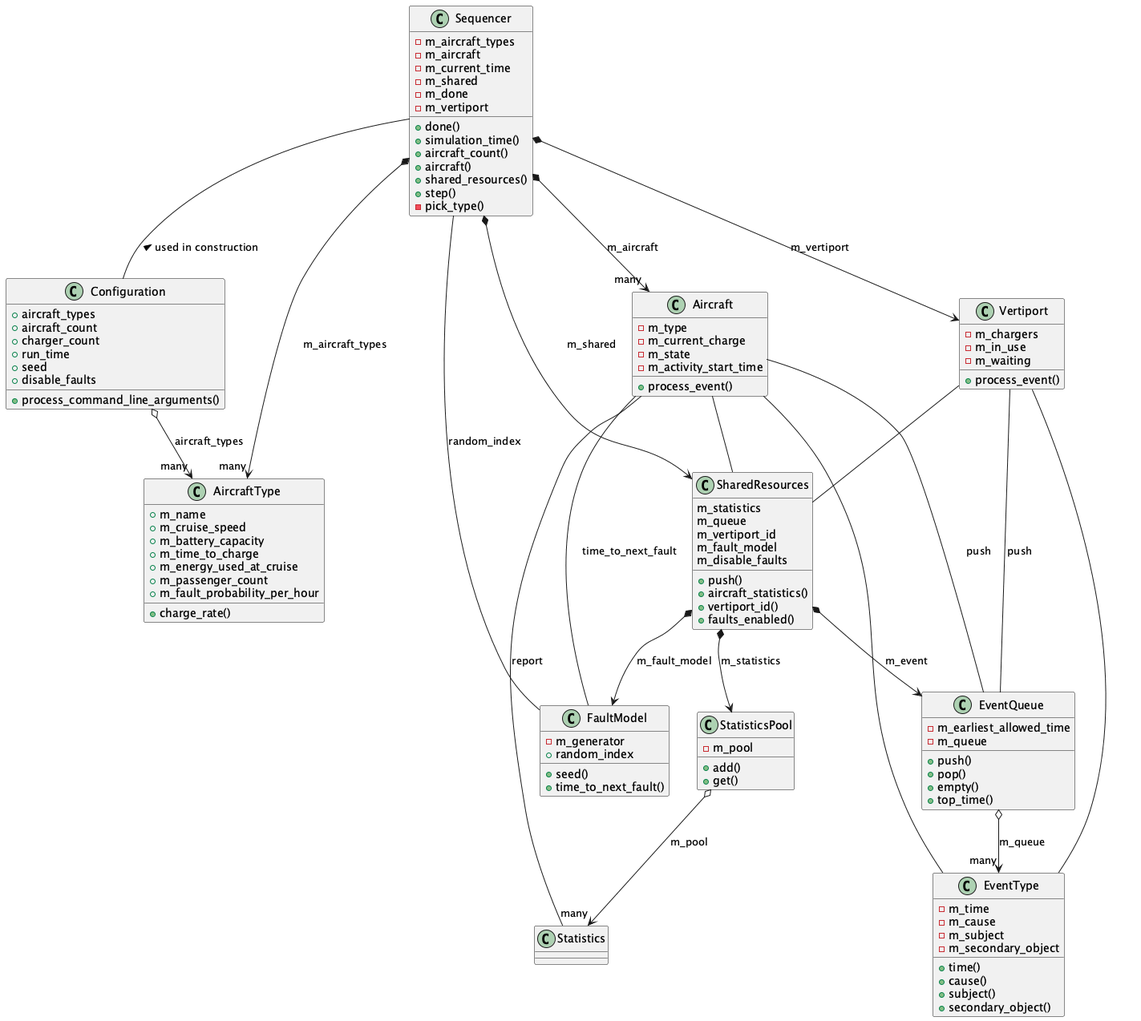
Above: doc_inc/simulation_classes.png in davidkristola/ta20260314 (PlantUML), before the change. Source of this version:
```plantuml
@startuml{simulation_classes.png}

SharedResources *--> StatisticsPool : m_statistics
SharedResources *--> EventQueue : m_event
SharedResources *--> FaultModel : m_fault_model

StatisticsPool o--> "many" Statistics : m_pool

EventQueue o--> "many" EventType : m_queue

Configuration o--> "many" AircraftType : aircraft_types

Sequencer -- Configuration : used in construction <
Sequencer *--> "many" AircraftType : m_aircraft_types
Sequencer *--> "many" Aircraft : m_aircraft
Sequencer *--> Vertiport : m_vertiport
Sequencer *--> SharedResources : m_shared

Sequencer -- FaultModel : random_index

Aircraft -- EventType
Aircraft -- SharedResources
Aircraft -- EventQueue : push
Aircraft -- Statistics : report
Aircraft -- FaultModel : time_to_next_fault

Vertiport -- EventType
Vertiport -- SharedResources
Vertiport -- EventQueue : push

class SharedResources {
    m_statistics
    m_queue
    m_vertiport_id
    m_fault_model
    m_disable_faults
    +push()
    +aircraft_statistics()
    +vertiport_id()
    +faults_enabled()
}

class EventQueue {
    -m_earliest_allowed_time
    -m_queue
    +push()
    +pop()
    +empty()
    +top_time()
}

class EventType {
    -m_time
    -m_cause
    -m_subject
    -m_secondary_object
    +time()
    +cause()
    +subject()
    +secondary_object()
}

class StatisticsPool {
    -m_pool
    +add()
    +get()
}

class Statistics {
}

class FaultModel {
    -m_generator
    +seed()
    +time_to_next_fault()
    +random_index
}

class Aircraft {
    -m_type
    -m_current_charge
    -m_state
    -m_activity_start_time
    +process_event()
}

class Vertiport {
    -m_chargers
    -m_in_use
    -m_waiting
    +process_event()
}

class AircraftType {
    +m_name
    +m_cruise_speed
    +m_battery_capacity
    +m_time_to_charge
    +m_energy_used_at_cruise
    +m_passenger_count
    +m_fault_probability_per_hour
    +charge_rate()
}

class Configuration {
    +aircraft_types
    +aircraft_count
    +charger_count
    +run_time
    +seed
    +disable_faults
    +process_command_line_arguments()
}

class Sequencer {
    -m_aircraft_types
    -m_aircraft
    -m_current_time
    -m_shared
    -m_done
    -m_vertiport
    +done()
    +simulation_time()
    +aircraft_count()
    +aircraft()
    +shared_resources()
    +step()
    -pick_type()
}

@enduml
```
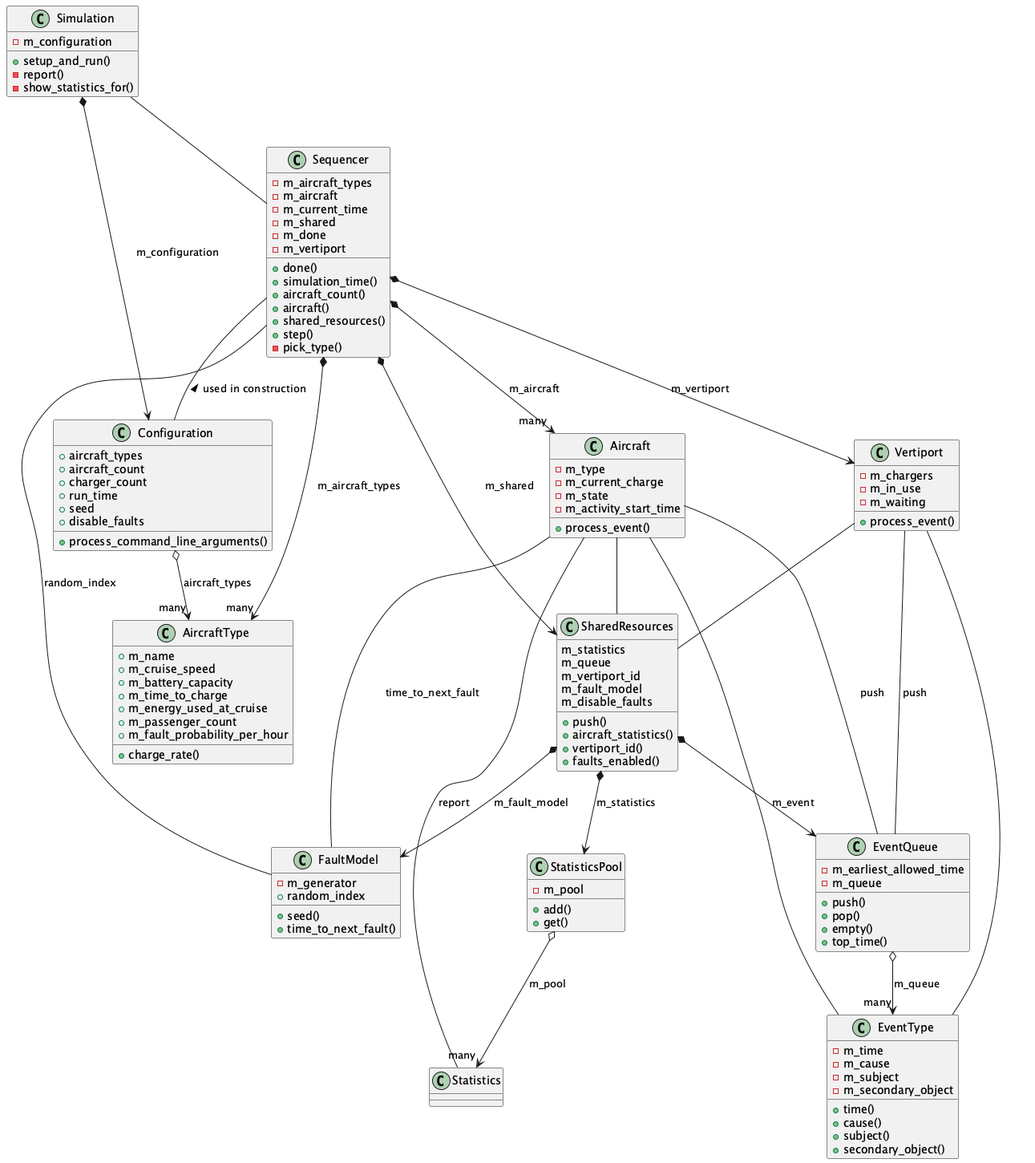
The same diagram one commit later.

Commit message:
Break out Simulation class

Diff of the diagram source:
```diff
@@ -1,4 +1,7 @@
 @startuml{simulation_classes.png}
+
+Simulation *--> Configuration : m_configuration
+Simulation -- Sequencer
 
 SharedResources *--> StatisticsPool : m_statistics
 SharedResources *--> EventQueue : m_event
@@ -27,6 +30,13 @@
 Vertiport -- EventType
 Vertiport -- SharedResources
 Vertiport -- EventQueue : push
+
+class Simulation {
+    -m_configuration
+    +setup_and_run()
+    -report()
+    -show_statistics_for()
+}
 
 class SharedResources {
     m_statistics
```
